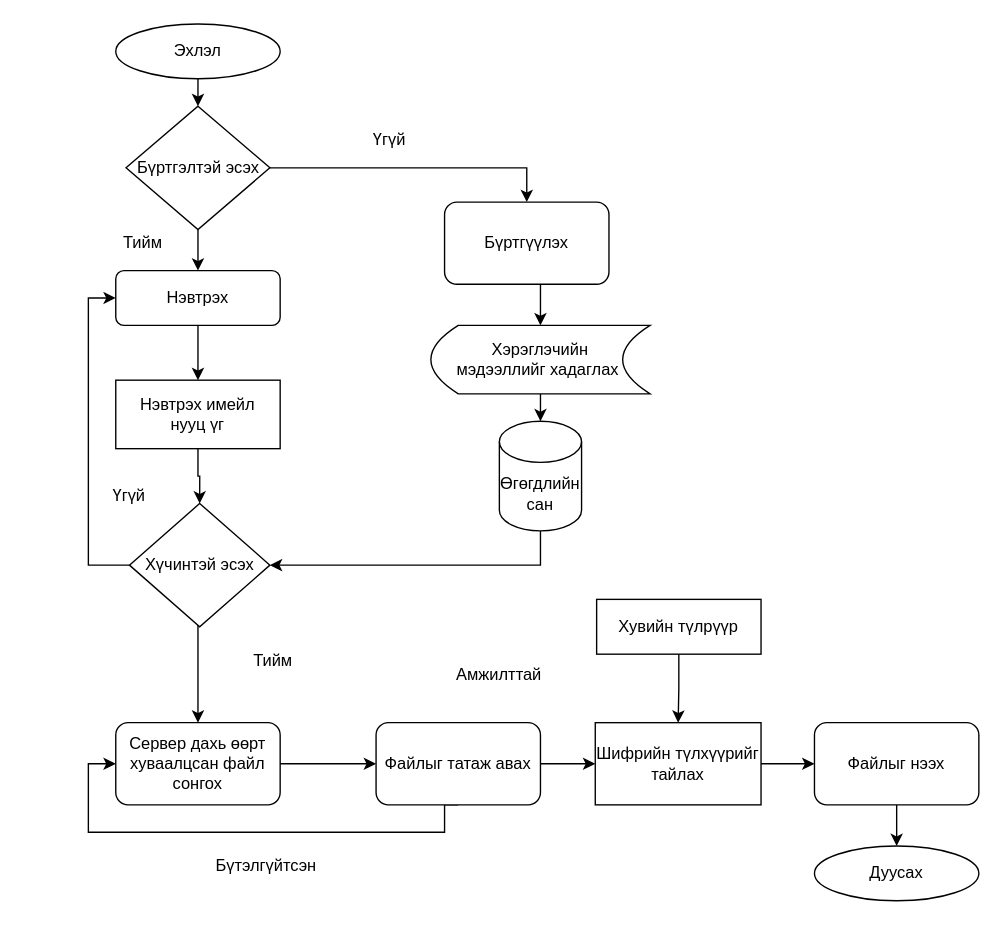
Before: draw.io/delegatee.drawio in myagmartseren/pre_report, a draw.io diagram. Source tidied: cells renumbered, new cells numbered last; positions are measured from the earlier drawing's top-left corner, leaving out a move shared by most shapes. Both pictures are drawn from the tidied source at 137%, with x=0, y=0 at pixel (88, 23).
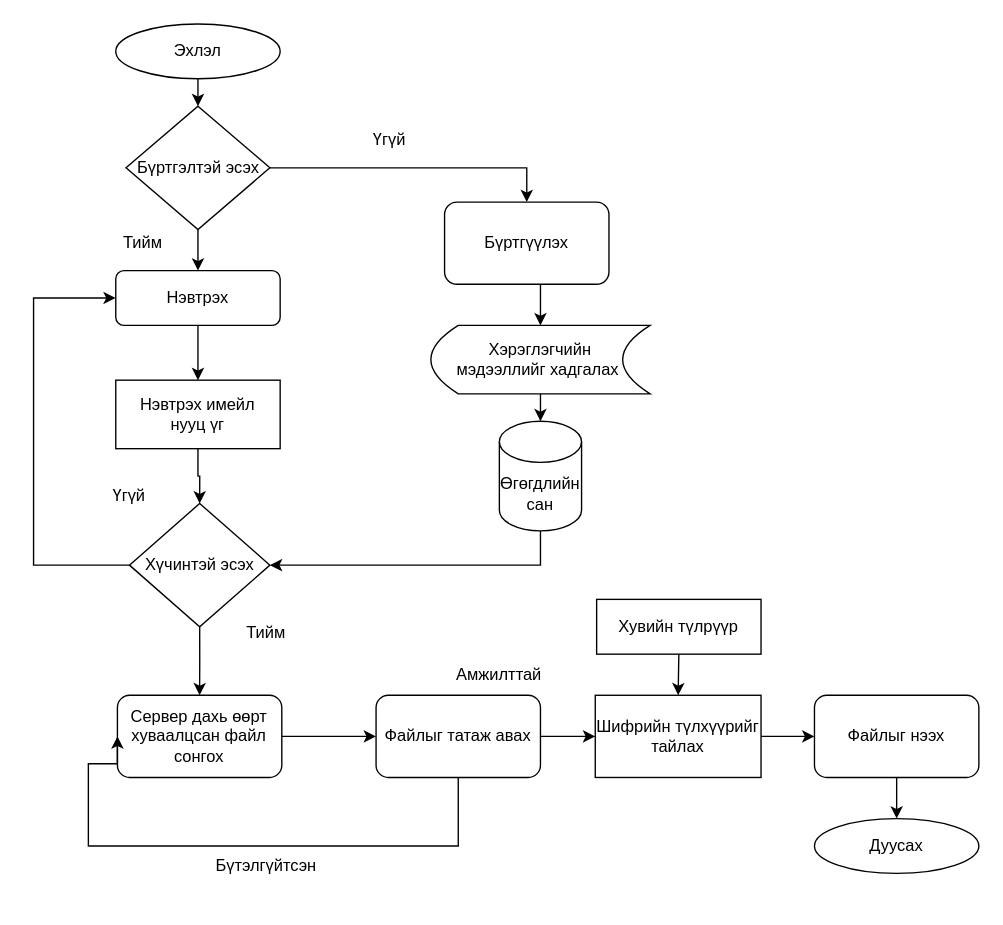
The same page after the edit.

The change refers to these unchanged cells:
```xml
<mxCell id="9" value="Нэвтрэх" style="rounded=1;whiteSpace=wrap;html=1;" parent="1" vertex="1">
  <mxGeometry x="20" y="180" width="120" height="40" as="geometry" />
</mxCell>
<mxCell id="14" value="Хүчинтэй эсэх" style="rhombus;whiteSpace=wrap;html=1;" parent="1" vertex="1">
  <mxGeometry x="30" y="350" width="102.5" height="90" as="geometry" />
</mxCell>
```

Diff of the diagram source:
```diff
@@
     <mxCell id="12" style="edgeStyle=orthogonalEdgeStyle;rounded=0;jettySize=auto;html=1;exitX=0;exitY=0.5;exitDx=0;exitDy=0;entryX=0;entryY=0.5;entryDx=0;entryDy=0;" parent="1" edge="1" source="14" target="9">
-      <mxGeometry relative="1" as="geometry" />
+      <mxGeometry relative="1" as="geometry">
+        <Array as="points">
+          <mxPoint x="-40" y="395" />
+          <mxPoint x="-40" y="200" />
+        </Array>
+      </mxGeometry>
     </mxCell>
     <mxCell id="13" style="edgeStyle=orthogonalEdgeStyle;rounded=0;jettySize=auto;html=1;exitX=0.5;exitY=1;exitDx=0;exitDy=0;entryX=0.5;entryY=0;entryDx=0;entryDy=0;" parent="1" edge="1" source="14" target="16">
-      <mxGeometry relative="1" as="geometry">
-        <Array as="points">
-          <mxPoint x="80" y="420" />
-        </Array>
-      </mxGeometry>
+      <mxGeometry relative="1" as="geometry" />
     </mxCell>
@@
     <mxCell id="15" style="edgeStyle=orthogonalEdgeStyle;rounded=0;jettySize=auto;html=1;exitX=1;exitY=0.5;exitDx=0;exitDy=0;entryX=0;entryY=0.5;entryDx=0;entryDy=0;" parent="1" edge="1" source="16" target="19">
       <mxGeometry relative="1" as="geometry">
         <Array as="points">
-          <mxPoint x="200" y="540" />
+          <mxPoint x="180" y="520" />
+          <mxPoint x="180" y="520" />
         </Array>
       </mxGeometry>
     </mxCell>
     <mxCell id="16" value="Сервер дахь өөрт хуваалцсан файл сонгох" style="rounded=1;whiteSpace=wrap;html=1;" parent="1" vertex="1">
-      <mxGeometry x="20" y="510" width="120" height="60" as="geometry" />
+      <mxGeometry x="21.2" y="490" width="120" height="60" as="geometry" />
     </mxCell>
     <mxCell id="17" style="edgeStyle=orthogonalEdgeStyle;rounded=0;jettySize=auto;html=1;exitX=0.5;exitY=1;exitDx=0;exitDy=0;entryX=0;entryY=0.5;entryDx=0;entryDy=0;" parent="1" edge="1" source="19" target="16">
       <mxGeometry relative="1" as="geometry">
         <Array as="points">
-          <mxPoint x="260" y="590" />
-          <mxPoint y="590" />
+          <mxPoint x="270" y="600" />
+          <mxPoint y="600" />
           <mxPoint y="540" />
+          <mxPoint x="21" y="540" />
         </Array>
       </mxGeometry>
     </mxCell>
@@
     <mxCell id="19" value="Файлыг татаж авах" style="rounded=1;whiteSpace=wrap;html=1;" parent="1" vertex="1">
-      <mxGeometry x="210" y="510" width="120" height="60" as="geometry" />
+      <mxGeometry x="210" y="490" width="120" height="60" as="geometry" />
     </mxCell>
@@
     <mxCell id="21" value="Шифрийн түлхүүрийг тайлах" style="rounded=0;whiteSpace=wrap;html=1;" parent="1" vertex="1">
-      <mxGeometry x="370" y="510" width="121" height="60" as="geometry" />
+      <mxGeometry x="370" y="490" width="121" height="60" as="geometry" />
     </mxCell>
@@
     <mxCell id="23" value="Файлыг нээх" style="rounded=1;whiteSpace=wrap;html=1;" parent="1" vertex="1">
-      <mxGeometry x="530" y="510" width="120" height="60" as="geometry" />
+      <mxGeometry x="530" y="490" width="120" height="60" as="geometry" />
     </mxCell>
@@
     <mxCell id="26" value="Дуусах" style="ellipse;whiteSpace=wrap;html=1;" parent="1" vertex="1">
-      <mxGeometry x="530" y="600" width="120" height="40" as="geometry" />
+      <mxGeometry x="530" y="580" width="120" height="40" as="geometry" />
     </mxCell>
@@
-    <mxCell id="31" value="Хэрэглэчийн &lt;br&gt;мэдээллийг хадаглах&amp;nbsp;" style="shape=dataStorage;whiteSpace=wrap;html=1;fixedSize=1;" parent="1" vertex="1">
+    <mxCell id="31" value="&lt;div&gt;Хэрэглэгчийн&lt;/div&gt;&lt;div&gt;мэдээллийг хадгалах&amp;nbsp;&lt;/div&gt;" style="shape=dataStorage;whiteSpace=wrap;html=1;fixedSize=1;" parent="1" vertex="1">
       <mxGeometry x="250" y="220" width="160" height="50" as="geometry" />
     </mxCell>
@@
     <mxCell id="35" value="Тийм" style="text;strokeColor=none;align=center;fillColor=none;html=1;verticalAlign=middle;whiteSpace=wrap;rounded=0;" parent="1" vertex="1">
-      <mxGeometry x="105" y="450" width="60" height="30" as="geometry" />
+      <mxGeometry x="100" y="430" width="60" height="30" as="geometry" />
     </mxCell>
```
